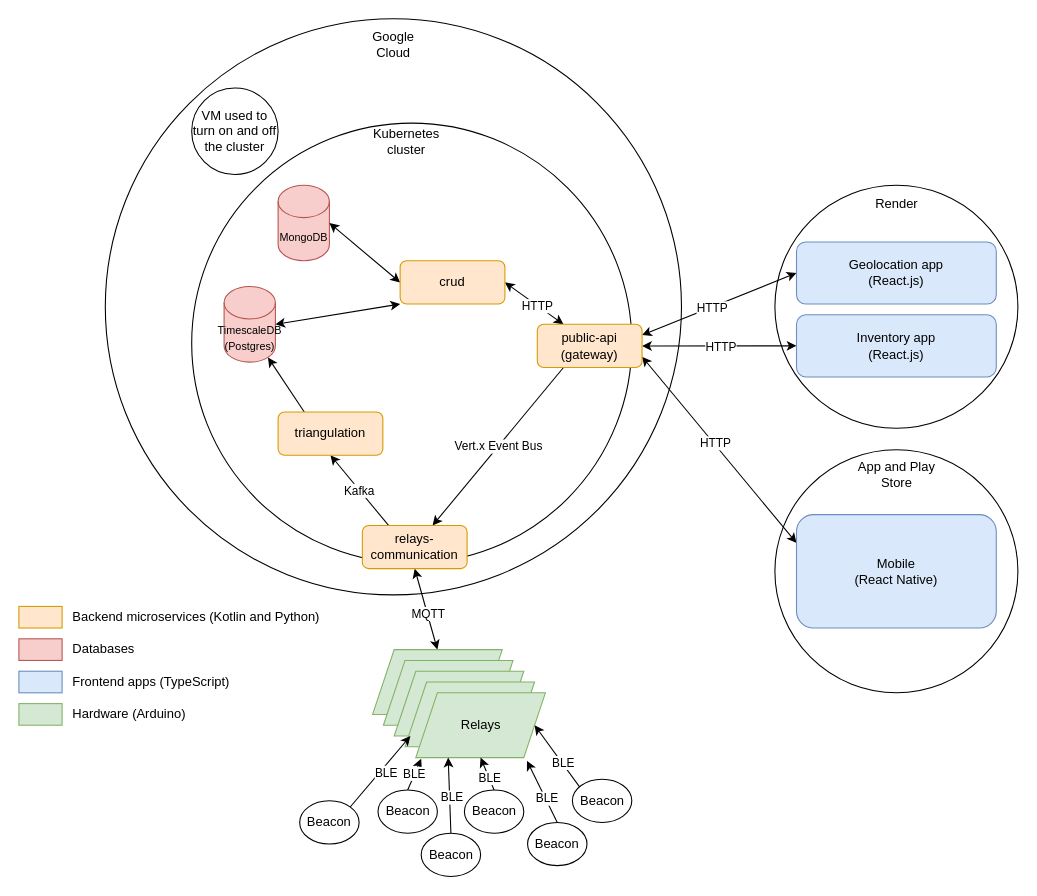
Before: documentation/architecture.drawio in B-IoT/vertx-backend, a draw.io diagram. Source tidied: cells renumbered, new cells numbered last; positions are measured from the earlier drawing's top-left corner, leaving out a move shared by most shapes. Both pictures are drawn from the tidied source at 108%, with x=0, y=0 at pixel (18, 18).
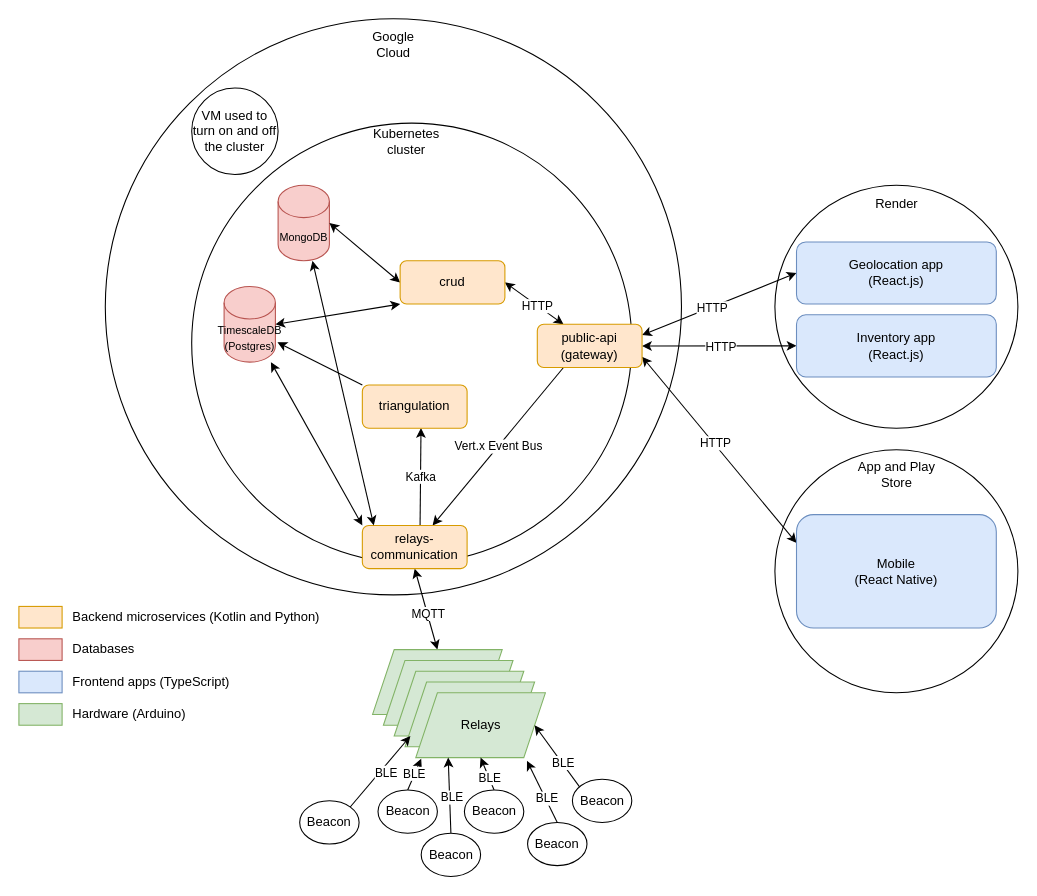
The same diagram, later.

Commit message (it also covers changes not shown here):
adapt image to be in tune (#124)

The change refers to these unchanged cells:
```xml
<mxCell id="48" value="&lt;font style=&quot;font-size: 10px&quot;&gt;MongoDB&lt;/font&gt;" style="shape=cylinder3;whiteSpace=wrap;html=1;boundedLbl=1;backgroundOutline=1;size=15;fillColor=#f8cecc;strokeColor=#b85450;" parent="1" vertex="1">
  <mxGeometry x="240" y="154" width="47.5" height="70" as="geometry" />
</mxCell>
<mxCell id="49" value="&lt;font style=&quot;font-size: 10px&quot;&gt;TimescaleDB&lt;br&gt;(Postgres)&lt;br&gt;&lt;/font&gt;" style="shape=cylinder3;whiteSpace=wrap;html=1;boundedLbl=1;backgroundOutline=1;size=15;fillColor=#f8cecc;strokeColor=#b85450;" parent="1" vertex="1">
  <mxGeometry x="190" y="247.8" width="47.5" height="70" as="geometry" />
</mxCell>
<mxCell id="58" value="relays-communication" style="rounded=1;whiteSpace=wrap;html=1;fillColor=#ffe6cc;strokeColor=#d79b00;" parent="1" vertex="1">
  <mxGeometry x="318" y="469" width="97" height="40" as="geometry" />
</mxCell>
```

Diff of the diagram source:
```diff
@@
-    <mxCell id="57" value="Kafka" style="edgeStyle=none;rounded=0;jettySize=auto;html=1;exitX=0.25;exitY=0;exitDx=0;exitDy=0;entryX=0.5;entryY=1;entryDx=0;entryDy=0;startArrow=none;startFill=0;" parent="1" edge="1" source="58" target="60">
+    <mxCell id="57" value="Kafka" style="edgeStyle=none;rounded=0;jettySize=auto;html=1;exitX=0.551;exitY=0;exitDx=0;exitDy=0;startArrow=none;startFill=0;exitPerimeter=0;entryX=0.56;entryY=0.996;entryDx=0;entryDy=0;entryPerimeter=0;" parent="1" edge="1" source="58" target="60">
       <mxGeometry relative="1" as="geometry" />
     </mxCell>
@@
-    <mxCell id="59" style="edgeStyle=none;rounded=0;jettySize=auto;html=1;exitX=0.25;exitY=0;exitDx=0;exitDy=0;entryX=0.855;entryY=1;entryDx=0;entryDy=-4.35;entryPerimeter=0;startArrow=none;startFill=0;" parent="1" edge="1" source="60" target="49">
+    <mxCell id="59" style="edgeStyle=none;rounded=0;jettySize=auto;html=1;exitX=0;exitY=0;exitDx=0;exitDy=0;entryX=1.04;entryY=0.738;entryDx=0;entryDy=0;entryPerimeter=0;startArrow=none;startFill=0;" parent="1" edge="1" source="60" target="49">
       <mxGeometry relative="1" as="geometry" />
     </mxCell>
     <mxCell id="60" value="triangulation" style="rounded=1;whiteSpace=wrap;html=1;fillColor=#ffe6cc;strokeColor=#d79b00;" parent="1" vertex="1">
-      <mxGeometry x="240" y="364" width="97" height="40" as="geometry" />
+      <mxGeometry x="318" y="339" width="97" height="40" as="geometry" />
     </mxCell>
@@
+    <mxCell id="66" style="rounded=0;jettySize=auto;html=1;startArrow=classic;startFill=1;exitX=0.109;exitY=0;exitDx=0;exitDy=0;exitPerimeter=0;" parent="1" edge="1" source="58" target="48">
+      <mxGeometry relative="1" as="geometry" />
+    </mxCell>
+    <mxCell id="67" style="rounded=0;jettySize=auto;html=1;startArrow=classic;startFill=1;exitX=0;exitY=0;exitDx=0;exitDy=0;" parent="1" edge="1" source="58" target="49">
+      <mxGeometry relative="1" as="geometry" />
+    </mxCell>
```
